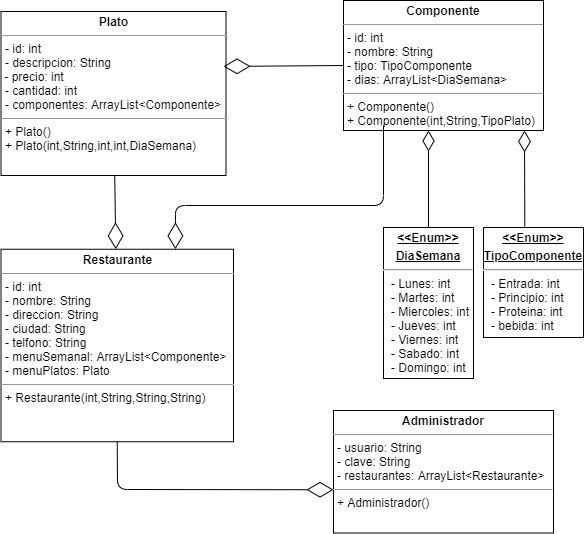
This is Documentos/Documentos/Diagrama_de_clases.png from kfbastidas/Domicilio-Restaurante, a draw.io export, as it was before one commit. Source tidied: cells renumbered, new cells last; positions are measured from the earlier drawing's top-left corner, leaving out a move shared by most shapes. Its diagram source:
```xml
<mxGraphModel>
  <root>
    <mxCell id="0" />
    <mxCell id="1" parent="0" />
    <mxCell id="2" value="&lt;p style=&quot;margin: 0px ; margin-top: 4px ; text-align: center&quot;&gt;&lt;b&gt;Plato&lt;/b&gt;&lt;/p&gt;&lt;hr size=&quot;1&quot;&gt;&lt;p style=&quot;margin: 0px ; margin-left: 4px&quot;&gt;- id: int&lt;/p&gt;&lt;p style=&quot;margin: 0px ; margin-left: 4px&quot;&gt;- descripcion: String&lt;/p&gt;&amp;nbsp;- precio: int&lt;p style=&quot;margin: 0px ; margin-left: 4px&quot;&gt;- cantidad: int&lt;/p&gt;&lt;p style=&quot;margin: 0px ; margin-left: 4px&quot;&gt;- componentes: ArrayList&amp;lt;Componente&amp;gt;&lt;br&gt;&lt;/p&gt;&lt;hr size=&quot;1&quot;&gt;&lt;p style=&quot;margin: 0px ; margin-left: 4px&quot;&gt;+ Plato()&lt;/p&gt;&lt;p style=&quot;margin: 0px ; margin-left: 4px&quot;&gt;+ Plato(int,String,int,int,DiaSemana)&lt;br&gt;&lt;/p&gt;" style="verticalAlign=top;align=left;overflow=fill;fontSize=12;fontFamily=Helvetica;html=1;" parent="1" vertex="1">
      <mxGeometry x="-0.5" y="11" width="225" height="164" as="geometry" />
    </mxCell>
    <mxCell id="3" value="&lt;p style=&quot;margin: 0px ; margin-top: 4px ; text-align: center ; text-decoration: underline&quot;&gt;&lt;b&gt;&amp;lt;&amp;lt;Enum&amp;gt;&amp;gt;&lt;/b&gt;&lt;/p&gt;&lt;p style=&quot;margin: 0px ; margin-top: 4px ; text-align: center ; text-decoration: underline&quot;&gt;&lt;b&gt;TipoComponente&lt;/b&gt;&lt;/p&gt;&lt;hr&gt;&lt;p style=&quot;margin: 0px ; margin-left: 8px&quot;&gt;- Entrada: int&lt;br&gt;- Principio: int&lt;/p&gt;&lt;p style=&quot;margin: 0px ; margin-left: 8px&quot;&gt;- Proteina: int&lt;/p&gt;&lt;p style=&quot;margin: 0px ; margin-left: 8px&quot;&gt;- bebida: int&lt;/p&gt;" style="verticalAlign=top;align=left;overflow=fill;fontSize=12;fontFamily=Helvetica;html=1;" parent="1" vertex="1">
      <mxGeometry x="482" y="227" width="100" height="110" as="geometry" />
    </mxCell>
    <mxCell id="4" style="endArrow=diamondThin;endSize=19;html=1;strokeColor=#000000;strokeWidth=1;fontSize=13;entryX=0.905;entryY=1;entryDx=0;entryDy=0;entryPerimeter=0;exitX=0.413;exitY=-0.009;exitDx=0;exitDy=0;exitPerimeter=0;startSize=12;startArrow=none;startFill=0;endFill=0;" parent="1" edge="1" source="3" target="7">
      <mxGeometry relative="1" as="geometry" />
    </mxCell>
    <mxCell id="5" value="&lt;p style=&quot;margin: 0px ; margin-top: 4px ; text-align: center&quot;&gt;&lt;b&gt;Restaurante&lt;/b&gt;&lt;/p&gt;&lt;hr size=&quot;1&quot;&gt;&lt;p style=&quot;margin: 0px ; margin-left: 4px&quot;&gt;- id: int&lt;/p&gt;&lt;p style=&quot;margin: 0px ; margin-left: 4px&quot;&gt;- nombre: String&lt;/p&gt;&lt;p style=&quot;margin: 0px ; margin-left: 4px&quot;&gt;- direccion: String&lt;/p&gt;&lt;p style=&quot;margin: 0px ; margin-left: 4px&quot;&gt;- ciudad: String&lt;/p&gt;&lt;p style=&quot;margin: 0px ; margin-left: 4px&quot;&gt;- telfono: String&lt;/p&gt;&lt;p style=&quot;margin: 0px ; margin-left: 4px&quot;&gt;- menuSemanal: ArrayList&amp;lt;Componente&amp;gt;&lt;/p&gt;&lt;p style=&quot;margin: 0px ; margin-left: 4px&quot;&gt;- menuPlatos: Plato&lt;br&gt;&lt;/p&gt;&lt;hr size=&quot;1&quot;&gt;&lt;p style=&quot;margin: 0px ; margin-left: 4px&quot;&gt;+ Restaurante(int,String,String,String)&lt;/p&gt;" style="verticalAlign=top;align=left;overflow=fill;fontSize=12;fontFamily=Helvetica;html=1;" parent="1" vertex="1">
      <mxGeometry x="-0.5" y="248.8" width="232.5" height="192.5" as="geometry" />
    </mxCell>
    <mxCell id="6" style="endArrow=diamondThin;endFill=0;endSize=24;html=1;strokeColor=#000000;strokeWidth=1;fontSize=18;" parent="1" edge="1" source="2" target="5">
      <mxGeometry relative="1" as="geometry" />
    </mxCell>
    <mxCell id="7" value="&lt;p style=&quot;margin: 0px ; margin-top: 4px ; text-align: center&quot;&gt;&lt;b&gt;Componente&lt;/b&gt;&lt;/p&gt;&lt;hr size=&quot;1&quot;&gt;&lt;p style=&quot;margin: 0px ; margin-left: 4px&quot;&gt;- id: int&lt;/p&gt;&lt;p style=&quot;margin: 0px ; margin-left: 4px&quot;&gt;- nombre: String&lt;/p&gt;&lt;p style=&quot;margin: 0px ; margin-left: 4px&quot;&gt;- tipo: TipoComponente&lt;/p&gt;&lt;p style=&quot;margin: 0px ; margin-left: 4px&quot;&gt;- dias: ArrayList&amp;lt;DiaSemana&amp;gt;&lt;/p&gt;&lt;hr size=&quot;1&quot;&gt;&lt;p style=&quot;margin: 0px ; margin-left: 4px&quot;&gt;+ Componente()&lt;/p&gt;&lt;p style=&quot;margin: 0px ; margin-left: 4px&quot;&gt;+ Componente(int,String,TipoPlato)&lt;/p&gt;" style="verticalAlign=top;align=left;overflow=fill;fontSize=12;fontFamily=Helvetica;html=1;" parent="1" vertex="1">
      <mxGeometry x="342" width="200" height="130" as="geometry" />
    </mxCell>
    <mxCell id="8" style="endArrow=diamondThin;endFill=0;endSize=24;html=1;strokeColor=#000000;strokeWidth=1;fontSize=18;entryX=0.989;entryY=0.335;entryDx=0;entryDy=0;entryPerimeter=0;exitX=0;exitY=0.5;exitDx=0;exitDy=0;" parent="1" edge="1" source="7" target="2">
      <mxGeometry relative="1" as="geometry" />
    </mxCell>
    <mxCell id="9" value="&lt;p style=&quot;margin: 0px ; margin-top: 4px ; text-align: center&quot;&gt;&lt;b&gt;Administrador&lt;/b&gt;&lt;/p&gt;&lt;hr size=&quot;1&quot;&gt;&lt;p style=&quot;margin: 0px ; margin-left: 4px&quot;&gt;&lt;span&gt;- usuario: String&lt;/span&gt;&lt;br&gt;&lt;/p&gt;&lt;p style=&quot;margin: 0px ; margin-left: 4px&quot;&gt;- clave: String&lt;/p&gt;&lt;p style=&quot;margin: 0px ; margin-left: 4px&quot;&gt;- restaurantes: ArrayList&amp;lt;Restaurante&amp;gt;&lt;/p&gt;&lt;hr size=&quot;1&quot;&gt;&lt;p style=&quot;margin: 0px ; margin-left: 4px&quot;&gt;+ Administrador()&lt;/p&gt;" style="verticalAlign=top;align=left;overflow=fill;fontSize=12;fontFamily=Helvetica;html=1;" parent="1" vertex="1">
      <mxGeometry x="332" y="410" width="220" height="122.5" as="geometry" />
    </mxCell>
    <mxCell id="10" style="endArrow=diamondThin;endFill=0;endSize=24;html=1;strokeColor=#000000;strokeWidth=1;fontSize=18;exitX=0.5;exitY=1;exitDx=0;exitDy=0;entryX=0;entryY=0.647;entryDx=0;entryDy=0;entryPerimeter=0;" parent="1" edge="1" source="5" target="9">
      <mxGeometry relative="1" as="geometry">
        <Array as="points">
          <mxPoint x="116" y="489" />
        </Array>
      </mxGeometry>
    </mxCell>
    <mxCell id="11" value="&lt;p style=&quot;margin: 0px ; margin-top: 4px ; text-align: center ; text-decoration: underline&quot;&gt;&lt;b&gt;&amp;lt;&amp;lt;Enum&amp;gt;&amp;gt;&lt;/b&gt;&lt;/p&gt;&lt;p style=&quot;margin: 0px ; margin-top: 4px ; text-align: center ; text-decoration: underline&quot;&gt;&lt;b&gt;DiaSemana&lt;/b&gt;&lt;/p&gt;&lt;hr&gt;&lt;p style=&quot;margin: 0px ; margin-left: 8px&quot;&gt;- Lunes: int&lt;/p&gt;&lt;p style=&quot;margin: 0px ; margin-left: 8px&quot;&gt;- Martes: int&lt;/p&gt;&lt;p style=&quot;margin: 0px ; margin-left: 8px&quot;&gt;- Miercoles: int&lt;/p&gt;&lt;p style=&quot;margin: 0px ; margin-left: 8px&quot;&gt;- Jueves: int&lt;/p&gt;&lt;p style=&quot;margin: 0px ; margin-left: 8px&quot;&gt;- Viernes: int&lt;/p&gt;&lt;p style=&quot;margin: 0px ; margin-left: 8px&quot;&gt;- Sabado: int&lt;/p&gt;&lt;p style=&quot;margin: 0px ; margin-left: 8px&quot;&gt;- Domingo: int&lt;/p&gt;" style="verticalAlign=top;align=left;overflow=fill;fontSize=12;fontFamily=Helvetica;html=1;" parent="1" vertex="1">
      <mxGeometry x="382" y="227" width="90" height="151" as="geometry" />
    </mxCell>
    <mxCell id="12" style="endArrow=diamondThin;endSize=18;html=1;strokeColor=#000000;strokeWidth=1;fontSize=13;entryX=0.425;entryY=1;entryDx=0;entryDy=0;exitX=0.5;exitY=0;exitDx=0;exitDy=0;startArrow=none;startFill=0;startSize=20;endFill=0;entryPerimeter=0;" parent="1" edge="1" source="11" target="7">
      <mxGeometry relative="1" as="geometry" />
    </mxCell>
    <mxCell id="13" style="endArrow=diamondThin;endFill=0;endSize=24;html=1;strokeColor=#000000;strokeWidth=1;fontSize=18;entryX=0.75;entryY=0;entryDx=0;entryDy=0;" parent="1" edge="1" target="5">
      <mxGeometry relative="1" as="geometry">
        <mxPoint x="382" y="125" as="sourcePoint" />
        <Array as="points">
          <mxPoint x="382" y="205" />
          <mxPoint x="174" y="205" />
        </Array>
      </mxGeometry>
    </mxCell>
  </root>
</mxGraphModel>
```
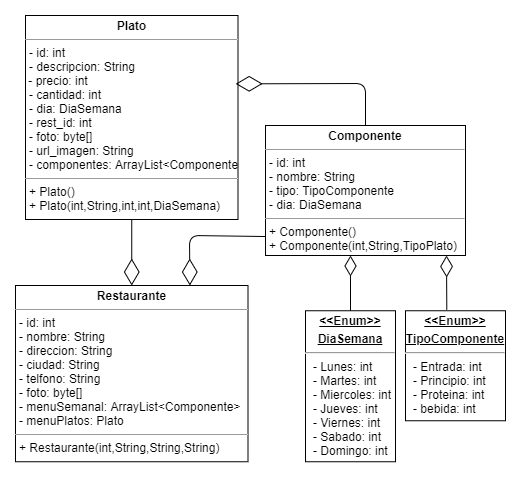
Later version of the same file.

Change to the diagram source:
```diff
@@ -2,51 +2,43 @@
   <root>
     <mxCell id="0" />
     <mxCell id="1" parent="0" />
-    <mxCell id="2" value="&lt;p style=&quot;margin: 0px ; margin-top: 4px ; text-align: center&quot;&gt;&lt;b&gt;Plato&lt;/b&gt;&lt;/p&gt;&lt;hr size=&quot;1&quot;&gt;&lt;p style=&quot;margin: 0px ; margin-left: 4px&quot;&gt;- id: int&lt;/p&gt;&lt;p style=&quot;margin: 0px ; margin-left: 4px&quot;&gt;- descripcion: String&lt;/p&gt;&amp;nbsp;- precio: int&lt;p style=&quot;margin: 0px ; margin-left: 4px&quot;&gt;- cantidad: int&lt;/p&gt;&lt;p style=&quot;margin: 0px ; margin-left: 4px&quot;&gt;- componentes: ArrayList&amp;lt;Componente&amp;gt;&lt;br&gt;&lt;/p&gt;&lt;hr size=&quot;1&quot;&gt;&lt;p style=&quot;margin: 0px ; margin-left: 4px&quot;&gt;+ Plato()&lt;/p&gt;&lt;p style=&quot;margin: 0px ; margin-left: 4px&quot;&gt;+ Plato(int,String,int,int,DiaSemana)&lt;br&gt;&lt;/p&gt;" style="verticalAlign=top;align=left;overflow=fill;fontSize=12;fontFamily=Helvetica;html=1;" parent="1" vertex="1">
-      <mxGeometry x="-0.5" y="11" width="225" height="164" as="geometry" />
+    <mxCell id="2" value="&lt;p style=&quot;margin: 0px ; margin-top: 4px ; text-align: center&quot;&gt;&lt;b&gt;Plato&lt;/b&gt;&lt;/p&gt;&lt;hr size=&quot;1&quot;&gt;&lt;p style=&quot;margin: 0px ; margin-left: 4px&quot;&gt;- id: int&lt;/p&gt;&lt;p style=&quot;margin: 0px ; margin-left: 4px&quot;&gt;- descripcion: String&lt;/p&gt;&amp;nbsp;- precio: int&lt;p style=&quot;margin: 0px ; margin-left: 4px&quot;&gt;- cantidad: int&lt;/p&gt;&lt;p style=&quot;margin: 0px ; margin-left: 4px&quot;&gt;- dia: DiaSemana&lt;/p&gt;&lt;p style=&quot;margin: 0px ; margin-left: 4px&quot;&gt;- rest_id: int&lt;/p&gt;&lt;p style=&quot;margin: 0px ; margin-left: 4px&quot;&gt;- foto: byte[]&lt;/p&gt;&lt;p style=&quot;margin: 0px ; margin-left: 4px&quot;&gt;- url_imagen: String&lt;/p&gt;&lt;p style=&quot;margin: 0px ; margin-left: 4px&quot;&gt;- componentes: ArrayList&amp;lt;Componente&amp;gt;&lt;br&gt;&lt;/p&gt;&lt;hr size=&quot;1&quot;&gt;&lt;p style=&quot;margin: 0px ; margin-left: 4px&quot;&gt;+ Plato()&lt;/p&gt;&lt;p style=&quot;margin: 0px ; margin-left: 4px&quot;&gt;+ Plato(int,String,int,int,DiaSemana)&lt;br&gt;&lt;/p&gt;" style="verticalAlign=top;align=left;overflow=fill;fontSize=12;fontFamily=Helvetica;html=1;" parent="1" vertex="1">
+      <mxGeometry x="-988" y="963" width="212.5" height="204" as="geometry" />
     </mxCell>
     <mxCell id="3" value="&lt;p style=&quot;margin: 0px ; margin-top: 4px ; text-align: center ; text-decoration: underline&quot;&gt;&lt;b&gt;&amp;lt;&amp;lt;Enum&amp;gt;&amp;gt;&lt;/b&gt;&lt;/p&gt;&lt;p style=&quot;margin: 0px ; margin-top: 4px ; text-align: center ; text-decoration: underline&quot;&gt;&lt;b&gt;TipoComponente&lt;/b&gt;&lt;/p&gt;&lt;hr&gt;&lt;p style=&quot;margin: 0px ; margin-left: 8px&quot;&gt;- Entrada: int&lt;br&gt;- Principio: int&lt;/p&gt;&lt;p style=&quot;margin: 0px ; margin-left: 8px&quot;&gt;- Proteina: int&lt;/p&gt;&lt;p style=&quot;margin: 0px ; margin-left: 8px&quot;&gt;- bebida: int&lt;/p&gt;" style="verticalAlign=top;align=left;overflow=fill;fontSize=12;fontFamily=Helvetica;html=1;" parent="1" vertex="1">
-      <mxGeometry x="482" y="227" width="100" height="110" as="geometry" />
+      <mxGeometry x="-608" y="1258.2" width="100" height="110" as="geometry" />
     </mxCell>
     <mxCell id="4" style="endArrow=diamondThin;endSize=19;html=1;strokeColor=#000000;strokeWidth=1;fontSize=13;entryX=0.905;entryY=1;entryDx=0;entryDy=0;entryPerimeter=0;exitX=0.413;exitY=-0.009;exitDx=0;exitDy=0;exitPerimeter=0;startSize=12;startArrow=none;startFill=0;endFill=0;" parent="1" edge="1" source="3" target="7">
       <mxGeometry relative="1" as="geometry" />
     </mxCell>
-    <mxCell id="5" value="&lt;p style=&quot;margin: 0px ; margin-top: 4px ; text-align: center&quot;&gt;&lt;b&gt;Restaurante&lt;/b&gt;&lt;/p&gt;&lt;hr size=&quot;1&quot;&gt;&lt;p style=&quot;margin: 0px ; margin-left: 4px&quot;&gt;- id: int&lt;/p&gt;&lt;p style=&quot;margin: 0px ; margin-left: 4px&quot;&gt;- nombre: String&lt;/p&gt;&lt;p style=&quot;margin: 0px ; margin-left: 4px&quot;&gt;- direccion: String&lt;/p&gt;&lt;p style=&quot;margin: 0px ; margin-left: 4px&quot;&gt;- ciudad: String&lt;/p&gt;&lt;p style=&quot;margin: 0px ; margin-left: 4px&quot;&gt;- telfono: String&lt;/p&gt;&lt;p style=&quot;margin: 0px ; margin-left: 4px&quot;&gt;- menuSemanal: ArrayList&amp;lt;Componente&amp;gt;&lt;/p&gt;&lt;p style=&quot;margin: 0px ; margin-left: 4px&quot;&gt;- menuPlatos: Plato&lt;br&gt;&lt;/p&gt;&lt;hr size=&quot;1&quot;&gt;&lt;p style=&quot;margin: 0px ; margin-left: 4px&quot;&gt;+ Restaurante(int,String,String,String)&lt;/p&gt;" style="verticalAlign=top;align=left;overflow=fill;fontSize=12;fontFamily=Helvetica;html=1;" parent="1" vertex="1">
-      <mxGeometry x="-0.5" y="248.8" width="232.5" height="192.5" as="geometry" />
+    <mxCell id="5" value="&lt;p style=&quot;margin: 0px ; margin-top: 4px ; text-align: center&quot;&gt;&lt;b&gt;Restaurante&lt;/b&gt;&lt;/p&gt;&lt;hr size=&quot;1&quot;&gt;&lt;p style=&quot;margin: 0px ; margin-left: 4px&quot;&gt;- id: int&lt;/p&gt;&lt;p style=&quot;margin: 0px ; margin-left: 4px&quot;&gt;- nombre: String&lt;/p&gt;&lt;p style=&quot;margin: 0px ; margin-left: 4px&quot;&gt;- direccion: String&lt;/p&gt;&lt;p style=&quot;margin: 0px ; margin-left: 4px&quot;&gt;- ciudad: String&lt;/p&gt;&lt;p style=&quot;margin: 0px ; margin-left: 4px&quot;&gt;- telfono: String&lt;/p&gt;&lt;p style=&quot;margin: 0px ; margin-left: 4px&quot;&gt;- foto: byte[]&lt;/p&gt;&lt;p style=&quot;margin: 0px ; margin-left: 4px&quot;&gt;- menuSemanal: ArrayList&amp;lt;Componente&amp;gt;&lt;/p&gt;&lt;p style=&quot;margin: 0px ; margin-left: 4px&quot;&gt;- menuPlatos: Plato&lt;br&gt;&lt;/p&gt;&lt;hr size=&quot;1&quot;&gt;&lt;p style=&quot;margin: 0px ; margin-left: 4px&quot;&gt;+ Restaurante(int,String,String,String)&lt;/p&gt;" style="verticalAlign=top;align=left;overflow=fill;fontSize=12;fontFamily=Helvetica;html=1;" parent="1" vertex="1">
+      <mxGeometry x="-998" y="1233" width="232.5" height="176.2" as="geometry" />
     </mxCell>
     <mxCell id="6" style="endArrow=diamondThin;endFill=0;endSize=24;html=1;strokeColor=#000000;strokeWidth=1;fontSize=18;" parent="1" edge="1" source="2" target="5">
       <mxGeometry relative="1" as="geometry" />
     </mxCell>
-    <mxCell id="7" value="&lt;p style=&quot;margin: 0px ; margin-top: 4px ; text-align: center&quot;&gt;&lt;b&gt;Componente&lt;/b&gt;&lt;/p&gt;&lt;hr size=&quot;1&quot;&gt;&lt;p style=&quot;margin: 0px ; margin-left: 4px&quot;&gt;- id: int&lt;/p&gt;&lt;p style=&quot;margin: 0px ; margin-left: 4px&quot;&gt;- nombre: String&lt;/p&gt;&lt;p style=&quot;margin: 0px ; margin-left: 4px&quot;&gt;- tipo: TipoComponente&lt;/p&gt;&lt;p style=&quot;margin: 0px ; margin-left: 4px&quot;&gt;- dias: ArrayList&amp;lt;DiaSemana&amp;gt;&lt;/p&gt;&lt;hr size=&quot;1&quot;&gt;&lt;p style=&quot;margin: 0px ; margin-left: 4px&quot;&gt;+ Componente()&lt;/p&gt;&lt;p style=&quot;margin: 0px ; margin-left: 4px&quot;&gt;+ Componente(int,String,TipoPlato)&lt;/p&gt;" style="verticalAlign=top;align=left;overflow=fill;fontSize=12;fontFamily=Helvetica;html=1;" parent="1" vertex="1">
-      <mxGeometry x="342" width="200" height="130" as="geometry" />
+    <mxCell id="7" value="&lt;p style=&quot;margin: 0px ; margin-top: 4px ; text-align: center&quot;&gt;&lt;b&gt;Componente&lt;/b&gt;&lt;/p&gt;&lt;hr size=&quot;1&quot;&gt;&lt;p style=&quot;margin: 0px ; margin-left: 4px&quot;&gt;- id: int&lt;/p&gt;&lt;p style=&quot;margin: 0px ; margin-left: 4px&quot;&gt;- nombre: String&lt;/p&gt;&lt;p style=&quot;margin: 0px ; margin-left: 4px&quot;&gt;- tipo: TipoComponente&lt;/p&gt;&lt;p style=&quot;margin: 0px ; margin-left: 4px&quot;&gt;- dia: DiaSemana&lt;/p&gt;&lt;hr size=&quot;1&quot;&gt;&lt;p style=&quot;margin: 0px ; margin-left: 4px&quot;&gt;+ Componente()&lt;/p&gt;&lt;p style=&quot;margin: 0px ; margin-left: 4px&quot;&gt;+ Componente(int,String,TipoPlato)&lt;/p&gt;" style="verticalAlign=top;align=left;overflow=fill;fontSize=12;fontFamily=Helvetica;html=1;" parent="1" vertex="1">
+      <mxGeometry x="-748" y="1073" width="200" height="130" as="geometry" />
     </mxCell>
-    <mxCell id="8" style="endArrow=diamondThin;endFill=0;endSize=24;html=1;strokeColor=#000000;strokeWidth=1;fontSize=18;entryX=0.989;entryY=0.335;entryDx=0;entryDy=0;entryPerimeter=0;exitX=0;exitY=0.5;exitDx=0;exitDy=0;" parent="1" edge="1" source="7" target="2">
-      <mxGeometry relative="1" as="geometry" />
+    <mxCell id="8" style="endArrow=diamondThin;endFill=0;endSize=24;html=1;strokeColor=#000000;strokeWidth=1;fontSize=18;entryX=0.989;entryY=0.335;entryDx=0;entryDy=0;entryPerimeter=0;exitX=0.5;exitY=0;exitDx=0;exitDy=0;" parent="1" edge="1" source="7" target="2">
+      <mxGeometry relative="1" as="geometry">
+        <Array as="points">
+          <mxPoint x="-648" y="1031" />
+        </Array>
+      </mxGeometry>
     </mxCell>
-    <mxCell id="9" value="&lt;p style=&quot;margin: 0px ; margin-top: 4px ; text-align: center&quot;&gt;&lt;b&gt;Administrador&lt;/b&gt;&lt;/p&gt;&lt;hr size=&quot;1&quot;&gt;&lt;p style=&quot;margin: 0px ; margin-left: 4px&quot;&gt;&lt;span&gt;- usuario: String&lt;/span&gt;&lt;br&gt;&lt;/p&gt;&lt;p style=&quot;margin: 0px ; margin-left: 4px&quot;&gt;- clave: String&lt;/p&gt;&lt;p style=&quot;margin: 0px ; margin-left: 4px&quot;&gt;- restaurantes: ArrayList&amp;lt;Restaurante&amp;gt;&lt;/p&gt;&lt;hr size=&quot;1&quot;&gt;&lt;p style=&quot;margin: 0px ; margin-left: 4px&quot;&gt;+ Administrador()&lt;/p&gt;" style="verticalAlign=top;align=left;overflow=fill;fontSize=12;fontFamily=Helvetica;html=1;" parent="1" vertex="1">
-      <mxGeometry x="332" y="410" width="220" height="122.5" as="geometry" />
+    <mxCell id="9" value="&lt;p style=&quot;margin: 0px ; margin-top: 4px ; text-align: center ; text-decoration: underline&quot;&gt;&lt;b&gt;&amp;lt;&amp;lt;Enum&amp;gt;&amp;gt;&lt;/b&gt;&lt;/p&gt;&lt;p style=&quot;margin: 0px ; margin-top: 4px ; text-align: center ; text-decoration: underline&quot;&gt;&lt;b&gt;DiaSemana&lt;/b&gt;&lt;/p&gt;&lt;hr&gt;&lt;p style=&quot;margin: 0px ; margin-left: 8px&quot;&gt;- Lunes: int&lt;/p&gt;&lt;p style=&quot;margin: 0px ; margin-left: 8px&quot;&gt;- Martes: int&lt;/p&gt;&lt;p style=&quot;margin: 0px ; margin-left: 8px&quot;&gt;- Miercoles: int&lt;/p&gt;&lt;p style=&quot;margin: 0px ; margin-left: 8px&quot;&gt;- Jueves: int&lt;/p&gt;&lt;p style=&quot;margin: 0px ; margin-left: 8px&quot;&gt;- Viernes: int&lt;/p&gt;&lt;p style=&quot;margin: 0px ; margin-left: 8px&quot;&gt;- Sabado: int&lt;/p&gt;&lt;p style=&quot;margin: 0px ; margin-left: 8px&quot;&gt;- Domingo: int&lt;/p&gt;" style="verticalAlign=top;align=left;overflow=fill;fontSize=12;fontFamily=Helvetica;html=1;" parent="1" vertex="1">
+      <mxGeometry x="-708" y="1258.2" width="90" height="151" as="geometry" />
     </mxCell>
-    <mxCell id="10" style="endArrow=diamondThin;endFill=0;endSize=24;html=1;strokeColor=#000000;strokeWidth=1;fontSize=18;exitX=0.5;exitY=1;exitDx=0;exitDy=0;entryX=0;entryY=0.647;entryDx=0;entryDy=0;entryPerimeter=0;" parent="1" edge="1" source="5" target="9">
-      <mxGeometry relative="1" as="geometry">
-        <Array as="points">
-          <mxPoint x="116" y="489" />
-        </Array>
-      </mxGeometry>
+    <mxCell id="10" style="endArrow=diamondThin;endSize=18;html=1;strokeColor=#000000;strokeWidth=1;fontSize=13;entryX=0.425;entryY=1;entryDx=0;entryDy=0;exitX=0.5;exitY=0;exitDx=0;exitDy=0;startArrow=none;startFill=0;startSize=20;endFill=0;entryPerimeter=0;" parent="1" edge="1" source="9" target="7">
+      <mxGeometry relative="1" as="geometry" />
     </mxCell>
-    <mxCell id="11" value="&lt;p style=&quot;margin: 0px ; margin-top: 4px ; text-align: center ; text-decoration: underline&quot;&gt;&lt;b&gt;&amp;lt;&amp;lt;Enum&amp;gt;&amp;gt;&lt;/b&gt;&lt;/p&gt;&lt;p style=&quot;margin: 0px ; margin-top: 4px ; text-align: center ; text-decoration: underline&quot;&gt;&lt;b&gt;DiaSemana&lt;/b&gt;&lt;/p&gt;&lt;hr&gt;&lt;p style=&quot;margin: 0px ; margin-left: 8px&quot;&gt;- Lunes: int&lt;/p&gt;&lt;p style=&quot;margin: 0px ; margin-left: 8px&quot;&gt;- Martes: int&lt;/p&gt;&lt;p style=&quot;margin: 0px ; margin-left: 8px&quot;&gt;- Miercoles: int&lt;/p&gt;&lt;p style=&quot;margin: 0px ; margin-left: 8px&quot;&gt;- Jueves: int&lt;/p&gt;&lt;p style=&quot;margin: 0px ; margin-left: 8px&quot;&gt;- Viernes: int&lt;/p&gt;&lt;p style=&quot;margin: 0px ; margin-left: 8px&quot;&gt;- Sabado: int&lt;/p&gt;&lt;p style=&quot;margin: 0px ; margin-left: 8px&quot;&gt;- Domingo: int&lt;/p&gt;" style="verticalAlign=top;align=left;overflow=fill;fontSize=12;fontFamily=Helvetica;html=1;" parent="1" vertex="1">
-      <mxGeometry x="382" y="227" width="90" height="151" as="geometry" />
+    <mxCell id="11" style="endArrow=diamondThin;endFill=0;endSize=24;html=1;strokeColor=#000000;strokeWidth=1;fontSize=18;entryX=0.75;entryY=0;entryDx=0;entryDy=0;exitX=0.001;exitY=0.854;exitDx=0;exitDy=0;exitPerimeter=0;" parent="1" edge="1" source="7" target="5">
+      <mxGeometry relative="1" as="geometry">
+        <Array as="points">
+          <mxPoint x="-824" y="1183" />
+        </Array>
+      </mxGeometry>
     </mxCell>
-    <mxCell id="12" style="endArrow=diamondThin;endSize=18;html=1;strokeColor=#000000;strokeWidth=1;fontSize=13;entryX=0.425;entryY=1;entryDx=0;entryDy=0;exitX=0.5;exitY=0;exitDx=0;exitDy=0;startArrow=none;startFill=0;startSize=20;endFill=0;entryPerimeter=0;" parent="1" edge="1" source="11" target="7">
-      <mxGeometry relative="1" as="geometry" />
-    </mxCell>
-    <mxCell id="13" style="endArrow=diamondThin;endFill=0;endSize=24;html=1;strokeColor=#000000;strokeWidth=1;fontSize=18;entryX=0.75;entryY=0;entryDx=0;entryDy=0;" parent="1" edge="1" target="5">
-      <mxGeometry relative="1" as="geometry">
-        <mxPoint x="382" y="125" as="sourcePoint" />
-        <Array as="points">
-          <mxPoint x="382" y="205" />
-          <mxPoint x="174" y="205" />
-        </Array>
-      </mxGeometry>
-    </mxCell>
   </root>
 </mxGraphModel>
```
